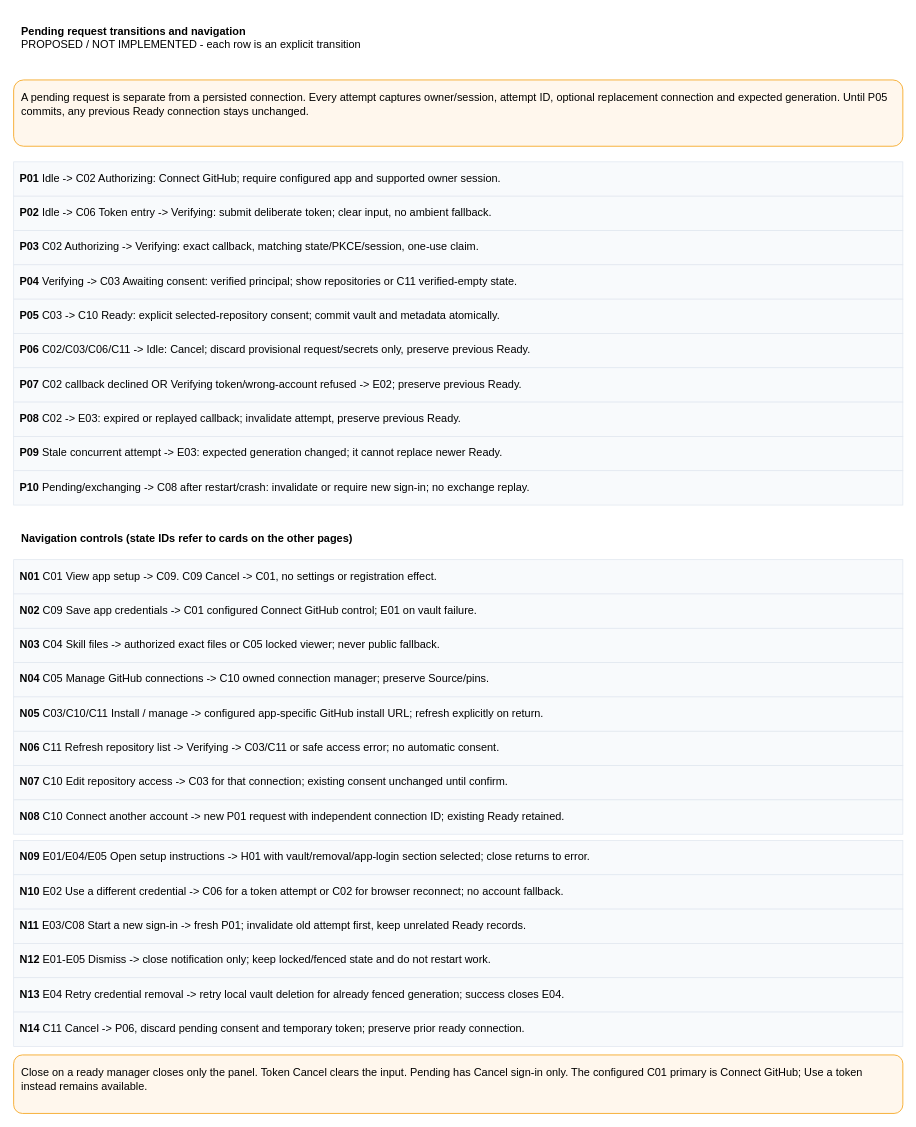
amadou-6e/specs keeps this draw.io diagram as page "Pending attempt and cross-page navigation" (5 of 8) of projects/laomedo/subsystems/agent-execution/design/github-account-connections.drawio. Above is the earlier version. Source tidied: cells renumbered, new cells numbered last; positions are measured from the earlier drawing's top-left corner, leaving out a move shared by most shapes. Both pictures are drawn from the tidied source at 78%, with x=0, y=0 at pixel (13, 13).
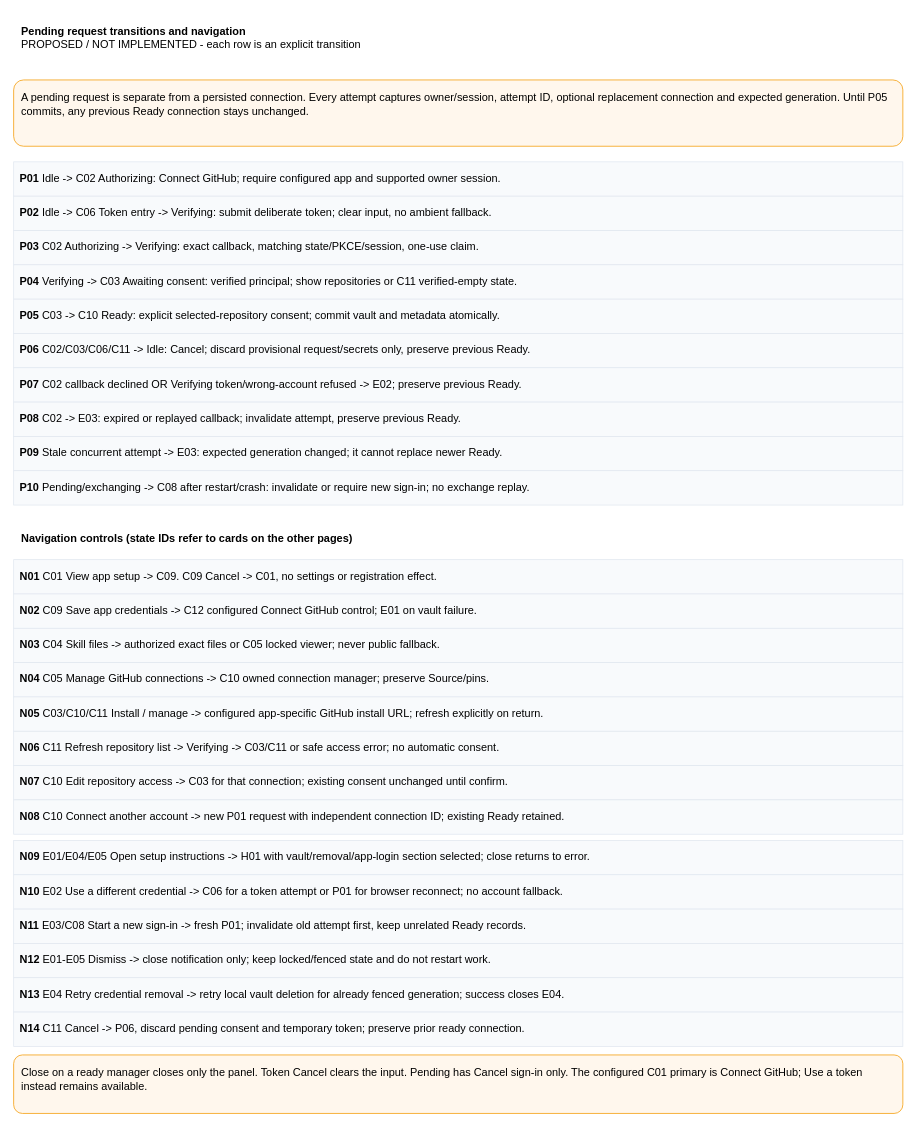
The same page after the edit.

Commit message (it also covers changes not shown here):
docs: draw configured connection and complete empty-state copy

Change to the diagram source:
```diff
@@
-    <mxCell id="16" value="&lt;b&gt;N02&lt;/b&gt;  C09 Save app credentials -&gt; C01 configured Connect GitHub control; E01 on vault failure." style="whiteSpace=wrap;html=1;fontFamily=Arial;fontSize=14;align=left;verticalAlign=top;spacing=10;rounded=0;fillColor=#F8FAFC;strokeColor=#E2E8F0;spacing=8;" parent="1" vertex="1">
+    <mxCell id="16" value="&lt;b&gt;N02&lt;/b&gt;  C09 Save app credentials -&gt; C12 configured Connect GitHub control; E01 on vault failure." style="whiteSpace=wrap;html=1;fontFamily=Arial;fontSize=14;align=left;verticalAlign=top;spacing=10;rounded=0;fillColor=#F8FAFC;strokeColor=#E2E8F0;spacing=8;" parent="1" vertex="1">
       <mxGeometry y="744" width="1140" height="44" as="geometry" />
     </mxCell>
@@
-    <mxCell id="25" value="&lt;b&gt;N10&lt;/b&gt;  E02 Use a different credential -&gt; C06 for a token attempt or C02 for browser reconnect; no account fallback." style="rounded=0;whiteSpace=wrap;html=1;fontFamily=Arial;fontSize=14;align=left;verticalAlign=top;spacing=8;fillColor=#F8FAFC;strokeColor=#E2E8F0;" parent="1" vertex="1">
+    <mxCell id="25" value="&lt;b&gt;N10&lt;/b&gt;  E02 Use a different credential -&gt; C06 for a token attempt or P01 for browser reconnect; no account fallback." style="rounded=0;whiteSpace=wrap;html=1;fontFamily=Arial;fontSize=14;align=left;verticalAlign=top;spacing=8;fillColor=#F8FAFC;strokeColor=#E2E8F0;" parent="1" vertex="1">
       <mxGeometry y="1104" width="1140" height="44" as="geometry" />
     </mxCell>
```
